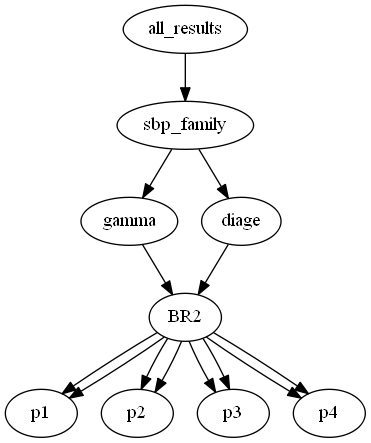
Above: visual/all_results_2d.dot.png in zolargwrk/PySBP (Graphviz), before the change. Its source is kept beside it as visual/all_results_2d.dot.
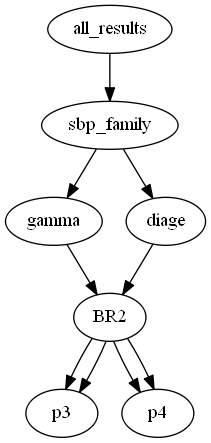
Later version of the same file.

Diff of the diagram source:
```diff
@@ -3,27 +3,19 @@
     "sbp_family";
     "gamma";
     "BR2";
-    "p1";
-    "p2";
     "p3";
     "p4";
     "diage";
     "BR2";
-    "p1";
-    "p2";
     "p3";
     "p4";
     "all_results" -> "sbp_family";
     "sbp_family" -> "gamma";
     "sbp_family" -> "diage";
     "gamma" -> "BR2";
-    "BR2" -> "p1";
-    "BR2" -> "p2";
     "BR2" -> "p3";
     "BR2" -> "p4";
     "diage" -> "BR2";
-    "BR2" -> "p1";
-    "BR2" -> "p2";
     "BR2" -> "p3";
     "BR2" -> "p4";
 }
```
